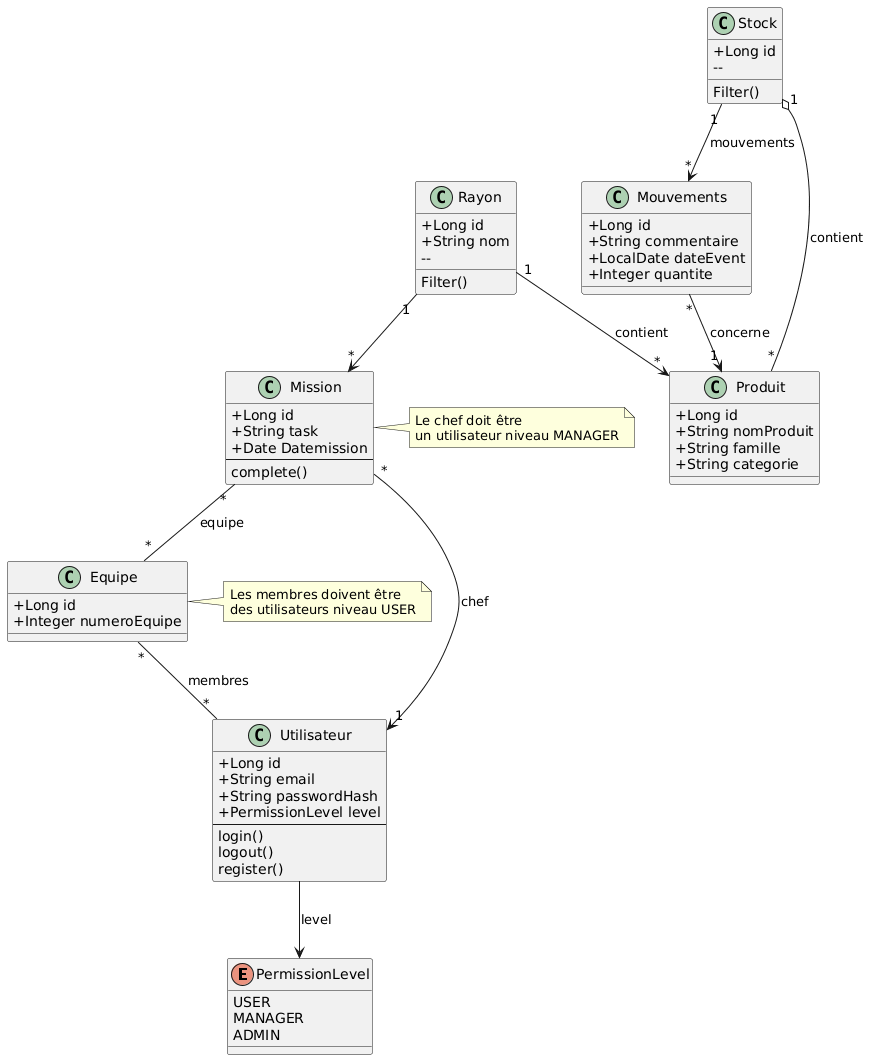
Before: img/pantulm.png, a diagram exported from PlantUML (RAYWINN43/Projet_Stock).
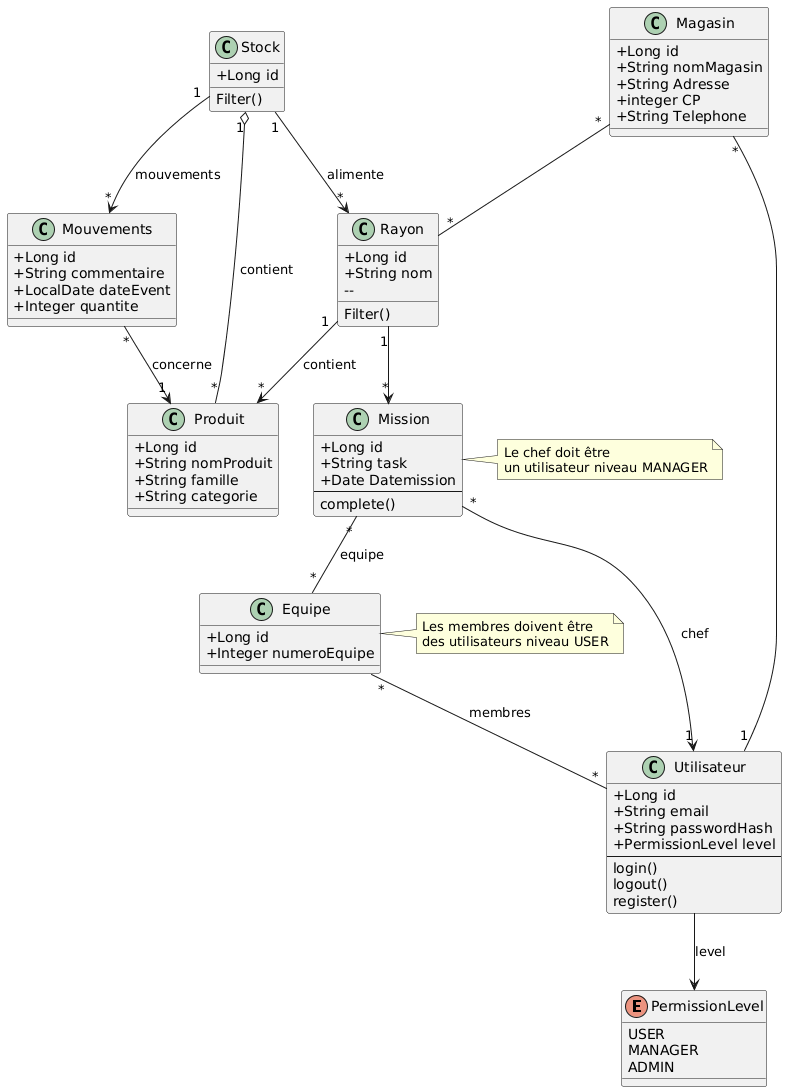
Above is the later version.

Change to the diagram source:
```diff
@@ -36,7 +36,7 @@
 
 class Stock {
   +Long id
-    --
+
   Filter()
 }
 
@@ -60,6 +60,14 @@
   Filter()
 }
 
+class Magasin {
+  +Long id
+  +String nomMagasin
+  +String Adresse
+  +integer CP
+  +String Telephone
+}
+
 EntreeSortie "*" --> "1" Produit : concerne
 
 Stock "1" o-- "*" Produit : contient
@@ -74,7 +82,13 @@
 
 Utilisateur --> PermissionLevel : level
 
+Magasin "*" -- "1" Utilisateur
+
+Magasin "*" -- "*" Rayon
+
 Rayon "1"--> "*"Mission
+
+Stock "1"--> "*"Rayon : alimente
 
 note right of Equipe
 Les membres doivent être
```
